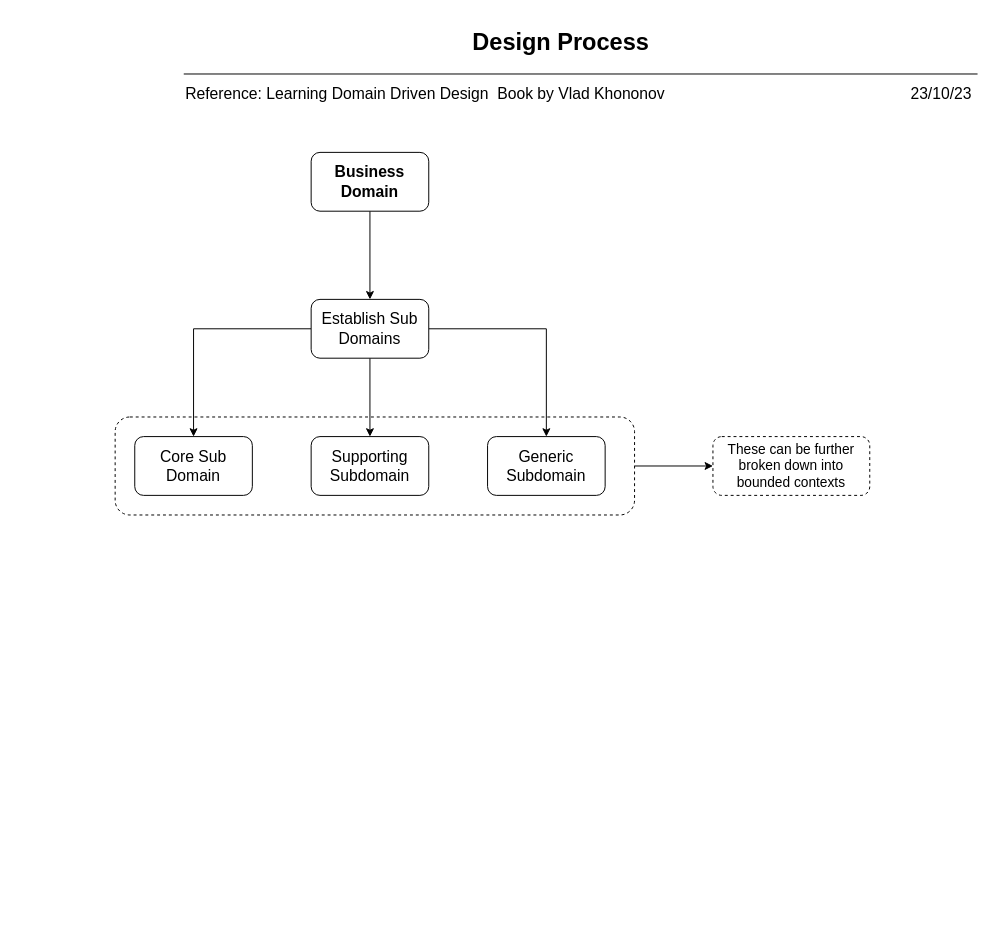
This is page "2 Design Process LDDD" (3 of 3) of SolutionArchitectureProcess.drawio from Gaur4vGaur/probable-octo, a draw.io file, before an edit. Source tidied: cells renumbered, new cells numbered last; positions are measured from the earlier drawing's top-left corner, leaving out a move shared by most shapes. Both pictures are drawn from the tidied source at 98%, with x=0, y=0 at pixel (115, 34). Pictures stored in the file or linked from it are replaced by grey dashed boxes.
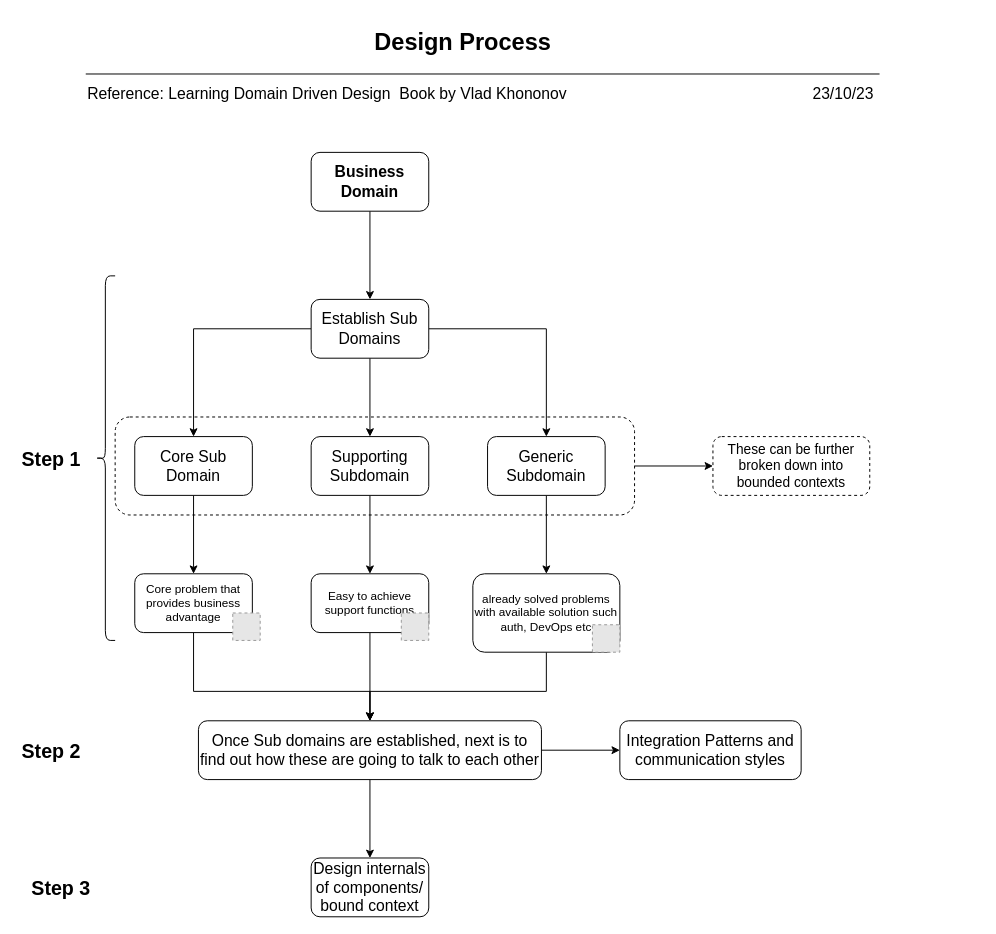
The same page after the edit.

Commit message:
Updated DDD process

Unchanged cells that the change refers to:
```xml
<mxCell id="14" value="Core Sub Domain" style="whiteSpace=wrap;html=1;fontSize=16;rounded=1;fontStyle=0;" parent="1" vertex="1">
  <mxGeometry x="20" y="410" width="120" height="60" as="geometry" />
</mxCell>
<mxCell id="15" value="Supporting Subdomain" style="whiteSpace=wrap;html=1;fontSize=16;rounded=1;fontStyle=0;" parent="1" vertex="1">
  <mxGeometry x="200" y="410" width="120" height="60" as="geometry" />
</mxCell>
<mxCell id="16" value="Generic Subdomain" style="whiteSpace=wrap;html=1;fontSize=16;rounded=1;fontStyle=0;" parent="1" vertex="1">
  <mxGeometry x="380" y="410" width="120" height="60" as="geometry" />
</mxCell>
```

What changed in the source:
```diff
@@
     <mxCell id="4" value="&lt;span style=&quot;border-color: var(--border-color);&quot;&gt;&lt;font style=&quot;border-color: var(--border-color); font-size: 16px;&quot;&gt;Reference:&amp;nbsp;&lt;/font&gt;&lt;/span&gt;&lt;font style=&quot;font-size: 16px;&quot;&gt;Learning Domain Driven Design&amp;nbsp;&amp;nbsp;Book by Vlad Khononov&lt;/font&gt;" style="text;html=1;strokeColor=none;fillColor=none;align=left;verticalAlign=middle;whiteSpace=wrap;rounded=0;" parent="1" vertex="1">
-      <mxGeometry x="70" y="50" width="560" height="20" as="geometry" />
+      <mxGeometry x="-30" y="50" width="560" height="20" as="geometry" />
     </mxCell>
     <mxCell id="5" value="&lt;span style=&quot;border-color: var(--border-color);&quot;&gt;&lt;font style=&quot;border-color: var(--border-color); font-size: 16px;&quot;&gt;23/10/23&lt;/font&gt;&lt;/span&gt;" style="text;html=1;strokeColor=none;fillColor=none;align=left;verticalAlign=middle;whiteSpace=wrap;rounded=0;" parent="1" vertex="1">
-      <mxGeometry x="810" y="50" width="70" height="20" as="geometry" />
+      <mxGeometry x="710" y="50" width="70" height="20" as="geometry" />
     </mxCell>
     <mxCell id="6" style="endArrow=none;html=1;rounded=0;" parent="1" edge="1">
       <mxGeometry relative="1" as="geometry">
-        <mxPoint x="70" y="40" as="sourcePoint" />
-        <mxPoint x="880" y="40" as="targetPoint" />
+        <mxPoint x="-30" y="40" as="sourcePoint" />
+        <mxPoint x="780" y="40" as="targetPoint" />
       </mxGeometry>
     </mxCell>
     <mxCell id="7" value="&lt;p style=&quot;border-color: var(--border-color); text-align: left;&quot;&gt;&lt;b style=&quot;border-color: var(--border-color);&quot;&gt;&lt;font style=&quot;border-color: var(--border-color); font-size: 24px;&quot;&gt;Design Process&lt;/font&gt;&lt;/b&gt;&lt;/p&gt;&lt;div style=&quot;border-color: var(--border-color);&quot;&gt;&lt;br style=&quot;border-color: var(--border-color);&quot;&gt;&lt;/div&gt;" style="text;html=1;strokeColor=none;fillColor=none;align=center;verticalAlign=middle;whiteSpace=wrap;rounded=0;" parent="1" vertex="1">
-      <mxGeometry x="50" width="810" height="30" as="geometry" />
+      <mxGeometry x="-50" width="810" height="30" as="geometry" />
     </mxCell>
@@
+    <mxCell id="18" style="edgeStyle=orthogonalEdgeStyle;rounded=0;jettySize=auto;html=1;" parent="1" edge="1" source="14" target="24">
+      <mxGeometry relative="1" as="geometry" />
+    </mxCell>
@@
+    <mxCell id="19" style="edgeStyle=orthogonalEdgeStyle;rounded=0;jettySize=auto;html=1;" parent="1" edge="1" source="15" target="26">
+      <mxGeometry relative="1" as="geometry" />
+    </mxCell>
@@
+    <mxCell id="20" style="edgeStyle=orthogonalEdgeStyle;rounded=0;jettySize=auto;html=1;" parent="1" edge="1" source="16" target="22">
+      <mxGeometry relative="1" as="geometry" />
+    </mxCell>
@@
+    <mxCell id="21" style="edgeStyle=orthogonalEdgeStyle;rounded=0;jettySize=auto;html=1;entryX=0.5;entryY=0;entryDx=0;entryDy=0;" parent="1" edge="1" source="22" target="33">
+      <mxGeometry relative="1" as="geometry">
+        <Array as="points">
+          <mxPoint x="440" y="670" />
+          <mxPoint x="260" y="670" />
+        </Array>
+      </mxGeometry>
+    </mxCell>
+    <mxCell id="22" value="already solved problems with available solution such auth, DevOps etc" style="whiteSpace=wrap;html=1;fontSize=12;rounded=1;fontStyle=0;" parent="1" vertex="1">
+      <mxGeometry x="365" y="550" width="150" height="80" as="geometry" />
+    </mxCell>
+    <mxCell id="23" style="edgeStyle=orthogonalEdgeStyle;rounded=0;jettySize=auto;html=1;" parent="1" edge="1" source="24" target="33">
+      <mxGeometry relative="1" as="geometry">
+        <Array as="points">
+          <mxPoint x="80" y="670" />
+          <mxPoint x="260" y="670" />
+        </Array>
+      </mxGeometry>
+    </mxCell>
+    <mxCell id="24" value="Core problem that provides business advantage" style="whiteSpace=wrap;html=1;fontSize=12;rounded=1;fontStyle=0;" parent="1" vertex="1">
+      <mxGeometry x="20" y="550" width="120" height="60" as="geometry" />
+    </mxCell>
+    <mxCell id="25" style="edgeStyle=orthogonalEdgeStyle;rounded=0;jettySize=auto;html=1;entryX=0.5;entryY=0;entryDx=0;entryDy=0;" parent="1" edge="1" source="26" target="33">
+      <mxGeometry relative="1" as="geometry" />
+    </mxCell>
+    <mxCell id="26" value="Easy to achieve support functions" style="whiteSpace=wrap;html=1;fontSize=12;rounded=1;fontStyle=0;" parent="1" vertex="1">
+      <mxGeometry x="200" y="550" width="120" height="60" as="geometry" />
+    </mxCell>
+    <mxCell id="27" style="shape=curlyBracket;whiteSpace=wrap;html=1;rounded=1;flipH=1;labelPosition=right;verticalLabelPosition=middle;align=left;verticalAlign=middle;rotation=-180;" parent="1" vertex="1">
+      <mxGeometry x="-20" y="246" width="20" height="372" as="geometry" />
+    </mxCell>
+    <mxCell id="28" style="fillColor=#E6E6E6;strokeColor=#999999;dashed=1;html=1;verticalAlign=top;verticalLabelPosition=bottom;labelBackgroundColor=#ffffff;" parent="1" vertex="1">
+      <mxGeometry x="120" y="590" width="28" height="28" as="geometry" />
+    </mxCell>
+    <mxCell id="29" style="fillColor=#E6E6E6;strokeColor=#999999;dashed=1;html=1;verticalAlign=top;verticalLabelPosition=bottom;labelBackgroundColor=#ffffff;" parent="1" vertex="1">
+      <mxGeometry x="292" y="590" width="28" height="28" as="geometry" />
+    </mxCell>
+    <mxCell id="30" style="fillColor=#E6E6E6;strokeColor=#999999;dashed=1;html=1;verticalAlign=top;verticalLabelPosition=bottom;labelBackgroundColor=#ffffff;" parent="1" vertex="1">
+      <mxGeometry x="487" y="602" width="28" height="28" as="geometry" />
+    </mxCell>
+    <mxCell id="31" style="edgeStyle=orthogonalEdgeStyle;rounded=0;jettySize=auto;html=1;" parent="1" edge="1" source="33" target="34">
+      <mxGeometry relative="1" as="geometry" />
+    </mxCell>
+    <mxCell id="32" style="edgeStyle=orthogonalEdgeStyle;rounded=0;jettySize=auto;html=1;" parent="1" edge="1" source="33" target="35">
+      <mxGeometry relative="1" as="geometry" />
+    </mxCell>
+    <mxCell id="33" value="Once Sub domains are established, next is to find out how these are going to talk to each other" style="rounded=1;whiteSpace=wrap;html=1;fontSize=16;" parent="1" vertex="1">
+      <mxGeometry x="85" y="700" width="350" height="60" as="geometry" />
+    </mxCell>
+    <mxCell id="34" value="Integration Patterns and communication styles" style="rounded=1;whiteSpace=wrap;html=1;fontSize=16;" parent="1" vertex="1">
+      <mxGeometry x="515" y="700" width="185" height="60" as="geometry" />
+    </mxCell>
+    <mxCell id="35" value="Design internals of components/ bound context" style="whiteSpace=wrap;html=1;fontSize=16;rounded=1;" parent="1" vertex="1">
+      <mxGeometry x="200" y="840" width="120" height="60" as="geometry" />
+    </mxCell>
+    <mxCell id="36" value="Step 1" style="text;html=1;strokeColor=none;fillColor=none;align=center;verticalAlign=middle;whiteSpace=wrap;rounded=0;fontSize=20;fontStyle=1;" parent="1" vertex="1">
+      <mxGeometry x="-100" y="417" width="70" height="30" as="geometry" />
+    </mxCell>
+    <mxCell id="37" value="Step 2" style="text;html=1;strokeColor=none;fillColor=none;align=center;verticalAlign=middle;whiteSpace=wrap;rounded=0;fontSize=20;fontStyle=1;" parent="1" vertex="1">
+      <mxGeometry x="-100" y="715" width="70" height="30" as="geometry" />
+    </mxCell>
+    <mxCell id="38" value="Step 3" style="text;html=1;strokeColor=none;fillColor=none;align=center;verticalAlign=middle;whiteSpace=wrap;rounded=0;fontSize=20;fontStyle=1;" parent="1" vertex="1">
+      <mxGeometry x="-90" y="855" width="70" height="30" as="geometry" />
+    </mxCell>
```
